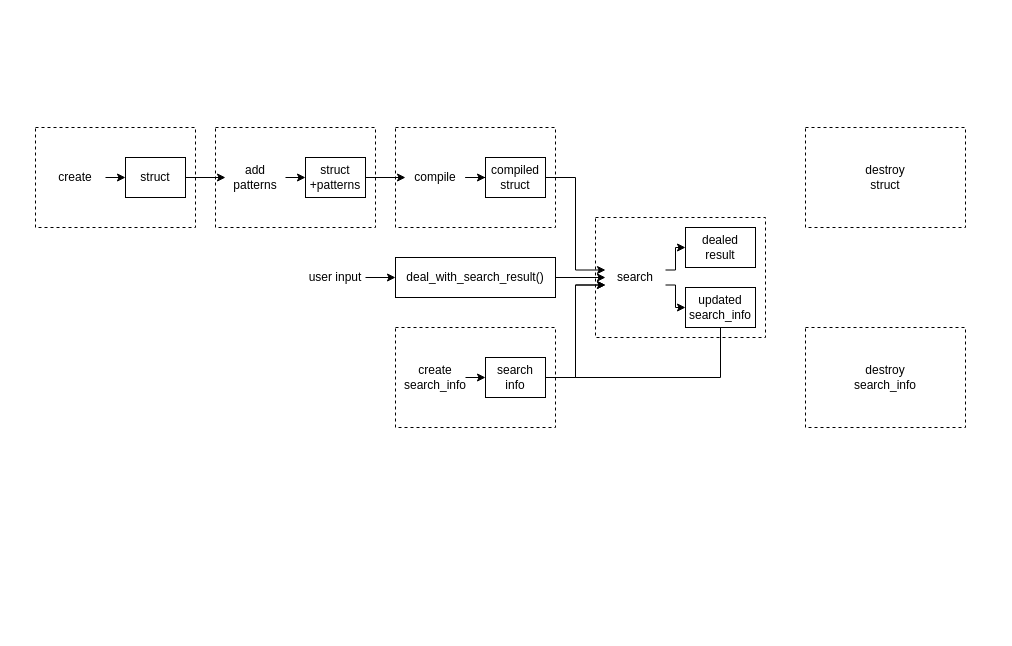
The draw.io diagram mpma流程.drawio in Gsimt/draw.io, before the edit. Source tidied: cells renumbered, new cells numbered last; positions are measured from the earlier drawing's top-left corner, leaving out a move shared by most shapes. Both pictures are drawn from the tidied source at 100%, with x=0, y=0 at pixel (35, 127).
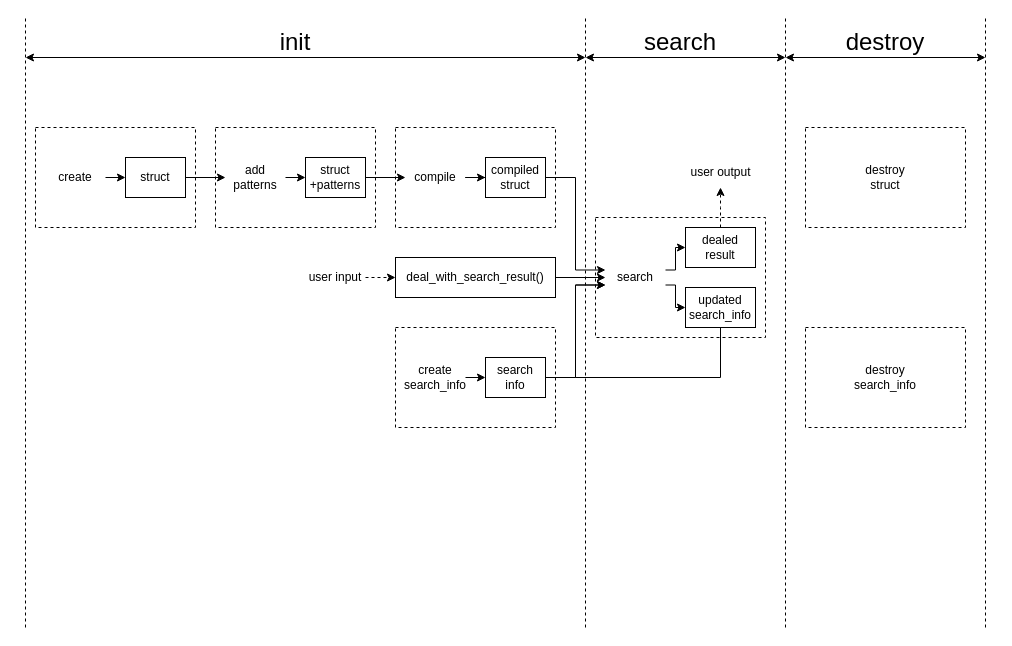
Above is the later version.

Unchanged cells that the change refers to:
```xml
<mxCell id="22" value="deal_with_search_result()" style="rounded=0;whiteSpace=wrap;html=1;" parent="1" vertex="1">
  <mxGeometry x="360" y="130" width="160" height="40" as="geometry" />
</mxCell>
<mxCell id="24" value="user input" style="text;html=1;strokeColor=none;fillColor=none;align=center;verticalAlign=middle;whiteSpace=wrap;rounded=0;" parent="1" vertex="1">
  <mxGeometry x="270" y="135" width="60" height="30" as="geometry" />
</mxCell>
<mxCell id="34" value="dealed result" style="rounded=0;whiteSpace=wrap;html=1;spacingLeft=0;" parent="1" vertex="1">
  <mxGeometry x="650" y="100" width="70" height="40" as="geometry" />
</mxCell>
```

Diff of the diagram source:
```diff
@@
-    <mxCell id="23" style="edgeStyle=orthogonalEdgeStyle;rounded=0;jettySize=auto;html=1;exitX=1;exitY=0.5;exitDx=0;exitDy=0;entryX=0;entryY=0.5;entryDx=0;entryDy=0;" parent="1" edge="1" source="24" target="22">
+    <mxCell id="23" style="edgeStyle=orthogonalEdgeStyle;rounded=0;jettySize=auto;html=1;exitX=1;exitY=0.5;exitDx=0;exitDy=0;entryX=0;entryY=0.5;entryDx=0;entryDy=0;dashed=1;" parent="1" edge="1" source="24" target="22">
       <mxGeometry relative="1" as="geometry" />
     </mxCell>
@@
+    <mxCell id="37" style="edgeStyle=orthogonalEdgeStyle;rounded=0;jettySize=auto;html=1;dashed=1;" parent="1" edge="1" source="34">
+      <mxGeometry relative="1" as="geometry">
+        <mxPoint x="685" y="60" as="targetPoint" />
+      </mxGeometry>
+    </mxCell>
@@
+    <mxCell id="38" style="endArrow=none;dashed=1;html=1;rounded=0;" parent="1" edge="1">
+      <mxGeometry relative="1" as="geometry">
+        <mxPoint x="550" y="500" as="sourcePoint" />
+        <mxPoint x="550" y="-110" as="targetPoint" />
+      </mxGeometry>
+    </mxCell>
+    <mxCell id="39" style="endArrow=none;dashed=1;html=1;rounded=0;" parent="1" edge="1">
+      <mxGeometry relative="1" as="geometry">
+        <mxPoint x="750" y="500" as="sourcePoint" />
+        <mxPoint x="750" y="-110" as="targetPoint" />
+      </mxGeometry>
+    </mxCell>
+    <mxCell id="40" style="endArrow=none;dashed=1;html=1;rounded=0;" parent="1" edge="1">
+      <mxGeometry relative="1" as="geometry">
+        <mxPoint x="-10" y="500" as="sourcePoint" />
+        <mxPoint x="-10" y="-110" as="targetPoint" />
+      </mxGeometry>
+    </mxCell>
+    <mxCell id="41" value="&lt;font style=&quot;font-size: 24px;&quot;&gt;init&lt;/font&gt;" style="text;html=1;strokeColor=none;fillColor=none;align=center;verticalAlign=middle;whiteSpace=wrap;rounded=0;" parent="1" vertex="1">
+      <mxGeometry x="230" y="-100" width="60" height="30" as="geometry" />
+    </mxCell>
+    <mxCell id="42" style="endArrow=classic;startArrow=classic;html=1;rounded=0;" parent="1" edge="1">
+      <mxGeometry relative="1" as="geometry">
+        <mxPoint x="-10" y="-70" as="sourcePoint" />
+        <mxPoint x="550" y="-70" as="targetPoint" />
+      </mxGeometry>
+    </mxCell>
+    <mxCell id="43" style="endArrow=classic;startArrow=classic;html=1;rounded=0;" parent="1" edge="1">
+      <mxGeometry relative="1" as="geometry">
+        <mxPoint x="550" y="-70" as="sourcePoint" />
+        <mxPoint x="750" y="-70" as="targetPoint" />
+      </mxGeometry>
+    </mxCell>
+    <mxCell id="44" style="endArrow=none;dashed=1;html=1;rounded=0;" parent="1" edge="1">
+      <mxGeometry relative="1" as="geometry">
+        <mxPoint x="950" y="500" as="sourcePoint" />
+        <mxPoint x="950" y="-110" as="targetPoint" />
+      </mxGeometry>
+    </mxCell>
+    <mxCell id="45" style="endArrow=classic;startArrow=classic;html=1;rounded=0;" parent="1" edge="1">
+      <mxGeometry relative="1" as="geometry">
+        <mxPoint x="750" y="-70" as="sourcePoint" />
+        <mxPoint x="950" y="-70" as="targetPoint" />
+      </mxGeometry>
+    </mxCell>
+    <mxCell id="46" value="&lt;font style=&quot;font-size: 24px;&quot;&gt;search&lt;/font&gt;" style="text;html=1;strokeColor=none;fillColor=none;align=center;verticalAlign=middle;whiteSpace=wrap;rounded=0;" parent="1" vertex="1">
+      <mxGeometry x="615" y="-100" width="60" height="30" as="geometry" />
+    </mxCell>
+    <mxCell id="47" value="&lt;span style=&quot;font-size: 24px;&quot;&gt;destroy&lt;br&gt;&lt;/span&gt;" style="text;html=1;strokeColor=none;fillColor=none;align=center;verticalAlign=middle;whiteSpace=wrap;rounded=0;" parent="1" vertex="1">
+      <mxGeometry x="820" y="-100" width="60" height="30" as="geometry" />
+    </mxCell>
+    <mxCell id="48" value="user output" style="text;html=1;strokeColor=none;fillColor=none;align=center;verticalAlign=middle;whiteSpace=wrap;rounded=0;" parent="1" vertex="1">
+      <mxGeometry x="652.5" y="30" width="65" height="30" as="geometry" />
+    </mxCell>
```
